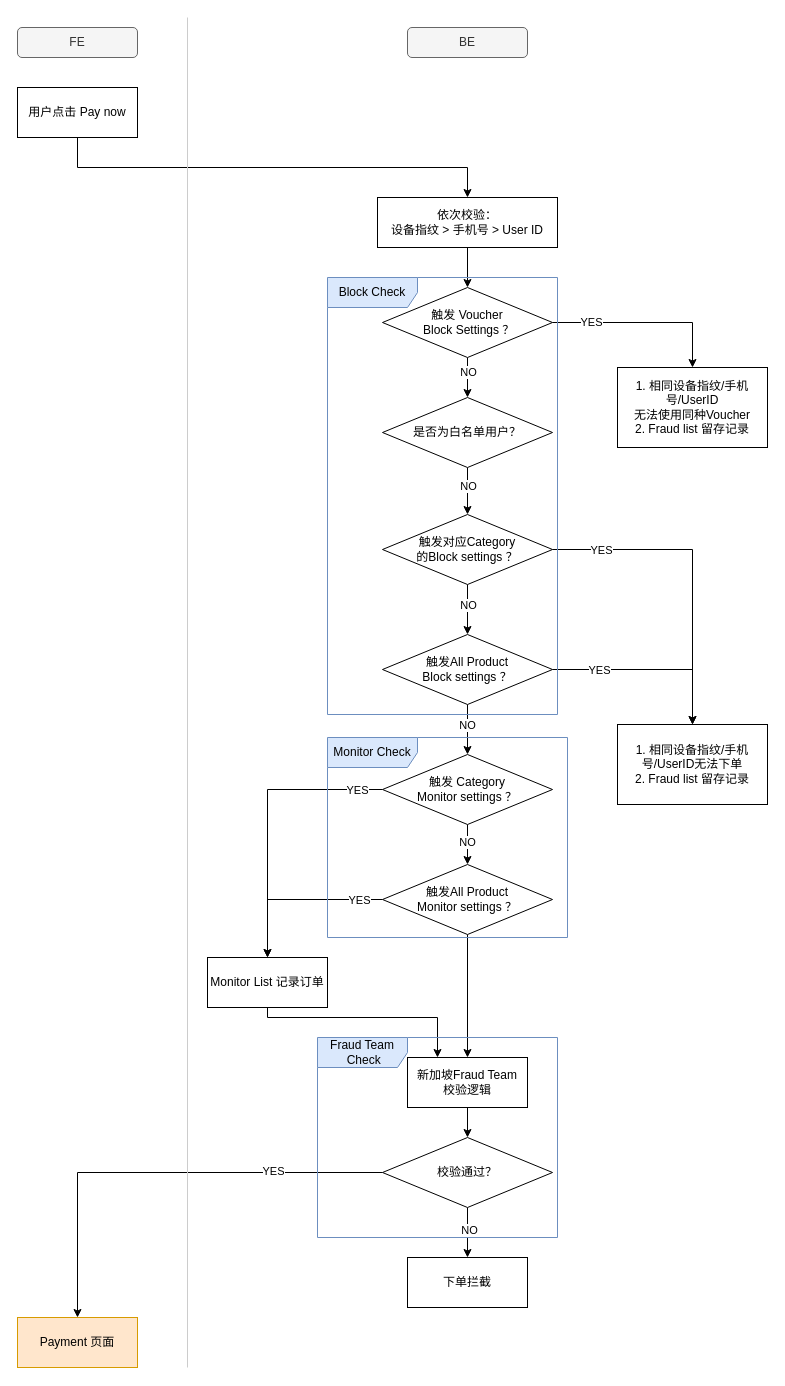
Before: page "fraud check" (5 of 9) of Admin/admin.drawio in junhong2021/Hotel-, a draw.io diagram. Source tidied: cells renumbered, new cells numbered last; positions are measured from the earlier drawing's top-left corner, leaving out a move shared by most shapes. Both pictures are drawn from the tidied source at 100%, with x=0, y=0 at pixel (17, 17).
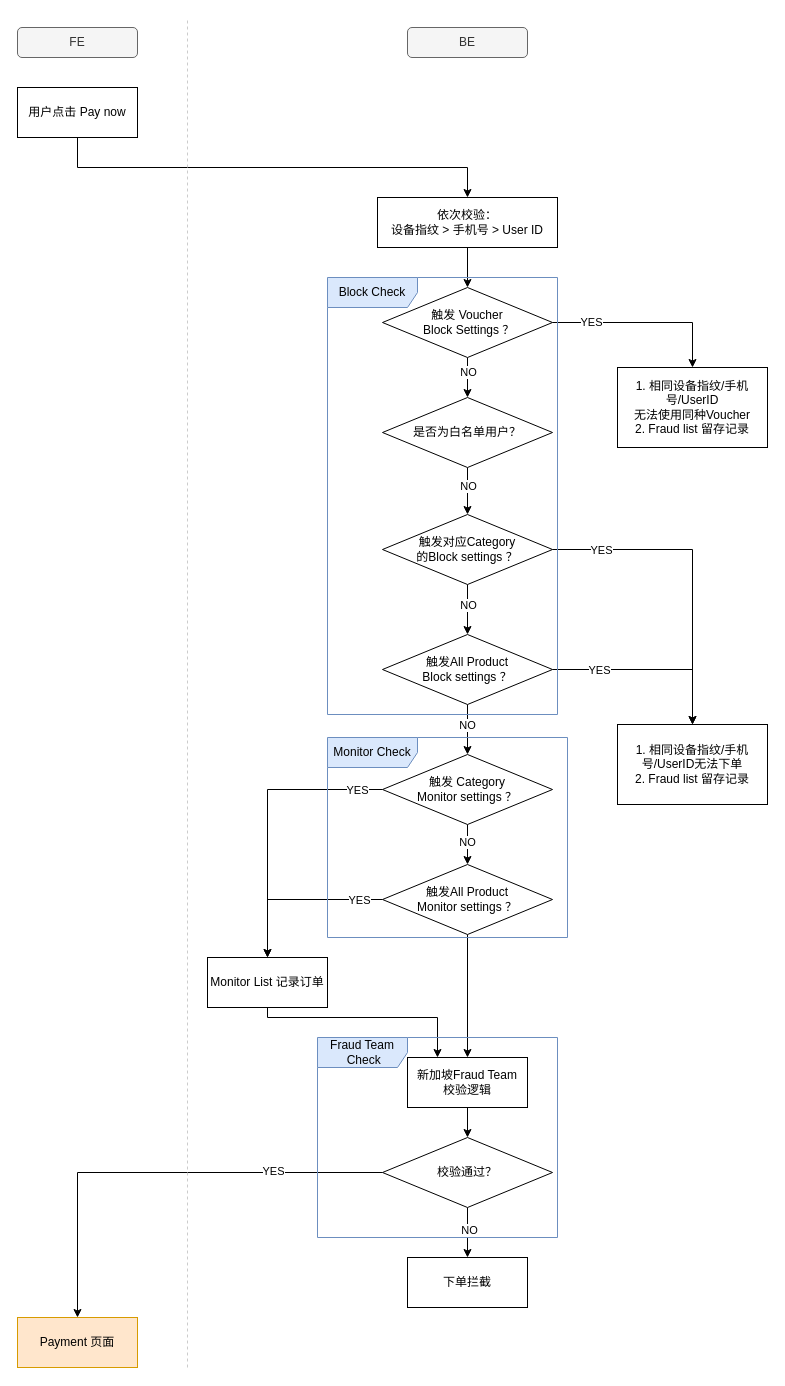
After the change.

What changed in the source:
```diff
@@
-    <mxCell id="50" style="endArrow=none;html=1;strokeColor=#CCCCCC;startArrow=none;" parent="1" edge="1">
+    <mxCell id="50" style="endArrow=none;html=1;strokeColor=#CCCCCC;startArrow=none;dashed=1;" parent="1" edge="1">
       <mxGeometry relative="1" as="geometry">
         <mxPoint x="170" y="1350" as="sourcePoint" />
         <mxPoint x="170" as="targetPoint" />
       </mxGeometry>
     </mxCell>
```
